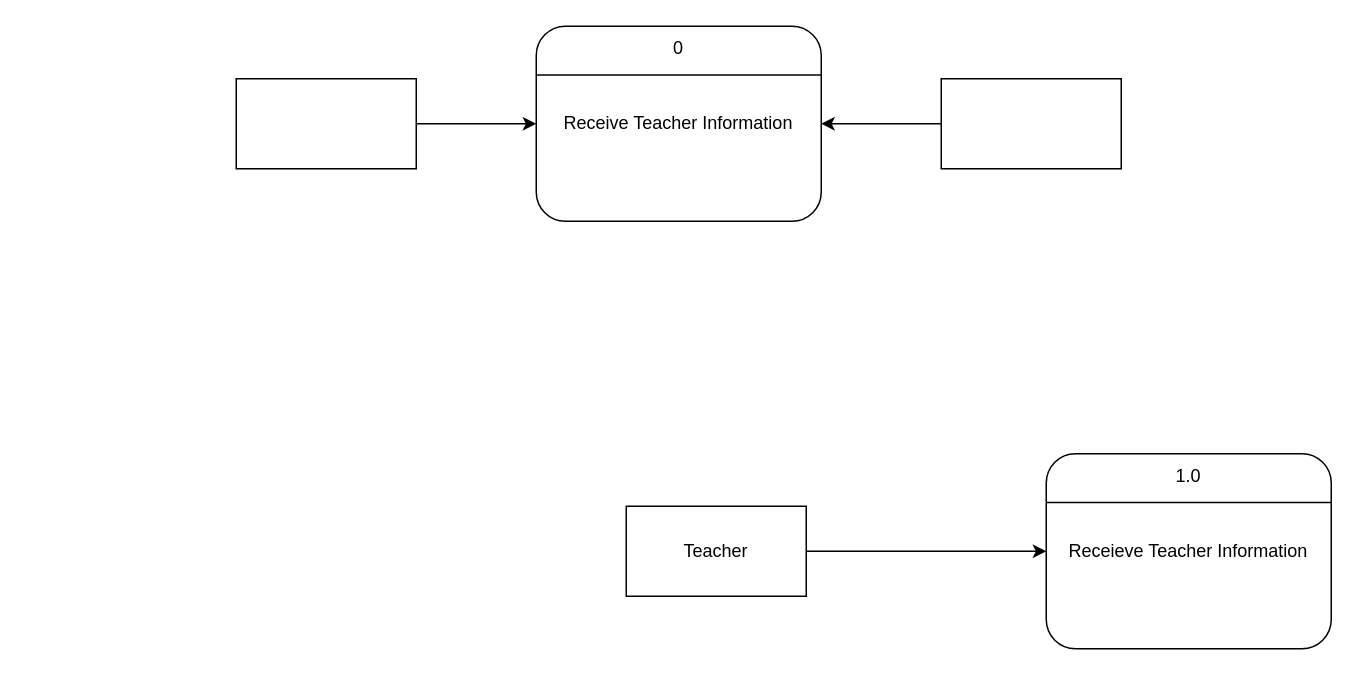
The draw.io diagram CFD-DFD.drawio in Beskiit/DIAGRAMS-Collab, before the edit. Source tidied: cells renumbered, new cells numbered last; positions are measured from the earlier drawing's top-left corner, leaving out a move shared by most shapes. Both pictures are drawn from the tidied source at 150%, with x=0, y=0 at pixel (236, 26).
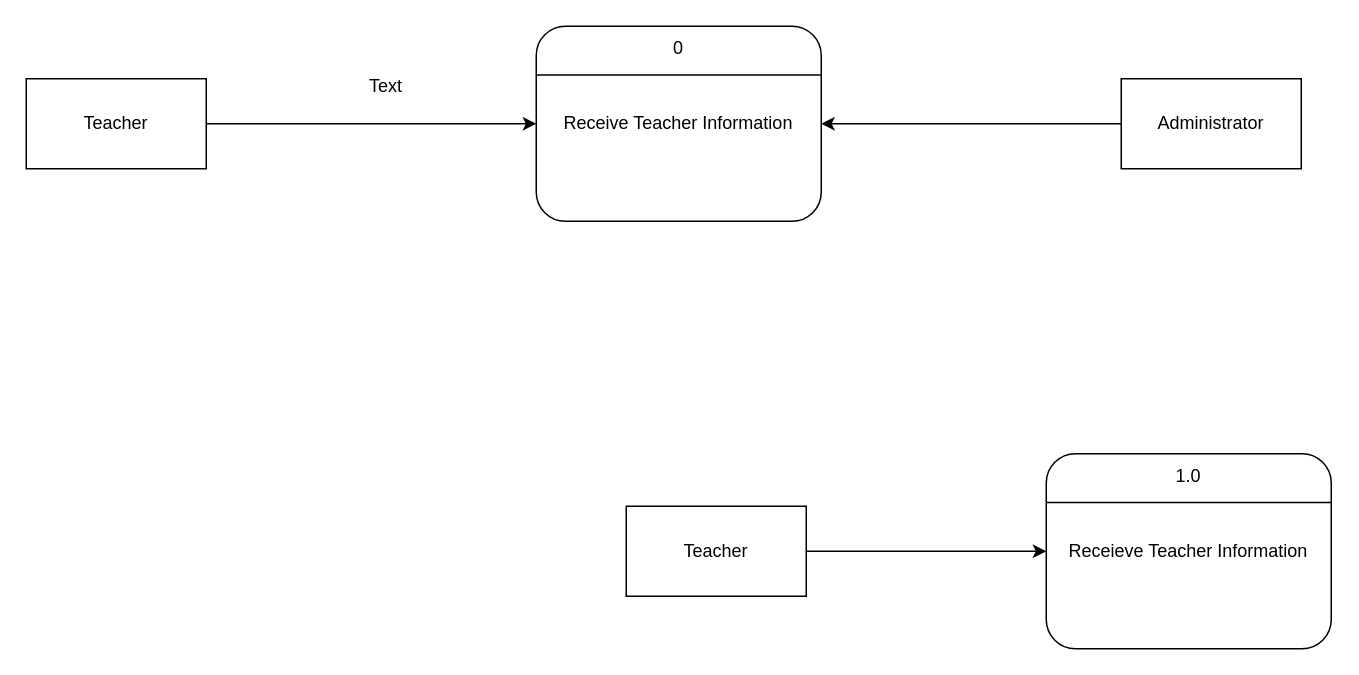
The same diagram, later.

The edit, as a diff of the source:
```diff
@@
 <mxGraphModel>
   <root>
     <mxCell id="0" />
     <mxCell id="1" parent="0" />
     <mxCell id="2" value="Receieve Teacher Information" style="rounded=1;whiteSpace=wrap;html=1;" parent="1" vertex="1">
       <mxGeometry x="540" y="285" width="190" height="130" as="geometry" />
     </mxCell>
     <mxCell id="3" style="endArrow=none;html=1;rounded=0;entryX=1;entryY=0.25;entryDx=0;entryDy=0;exitX=0;exitY=0.25;exitDx=0;exitDy=0;" parent="1" edge="1" source="2" target="2">
       <mxGeometry relative="1" as="geometry" />
     </mxCell>
     <mxCell id="4" style="edgeStyle=orthogonalEdgeStyle;rounded=0;jettySize=auto;html=1;exitX=1;exitY=0.5;exitDx=0;exitDy=0;entryX=0;entryY=0.5;entryDx=0;entryDy=0;" parent="1" edge="1" source="5" target="2">
       <mxGeometry relative="1" as="geometry" />
     </mxCell>
     <mxCell id="5" value="Teacher" style="rounded=0;whiteSpace=wrap;html=1;" parent="1" vertex="1">
       <mxGeometry x="260" y="320" width="120" height="60" as="geometry" />
     </mxCell>
     <mxCell id="6" value="1.0" style="text;html=1;align=center;verticalAlign=middle;whiteSpace=wrap;rounded=0;" parent="1" vertex="1">
       <mxGeometry x="605" y="285" width="60" height="30" as="geometry" />
     </mxCell>
     <mxCell id="7" style="edgeStyle=orthogonalEdgeStyle;rounded=0;jettySize=auto;html=1;exitX=1;exitY=0.5;exitDx=0;exitDy=0;" parent="1" edge="1" source="8" target="9">
       <mxGeometry relative="1" as="geometry" />
     </mxCell>
-    <mxCell id="8" style="rounded=0;whiteSpace=wrap;html=1;" parent="1" vertex="1">
-      <mxGeometry y="35" width="120" height="60" as="geometry" />
+    <mxCell id="8" value="Teacher" style="rounded=0;whiteSpace=wrap;html=1;" parent="1" vertex="1">
+      <mxGeometry x="-140" y="35" width="120" height="60" as="geometry" />
     </mxCell>
     <mxCell id="9" value="Receive Teacher Information" style="rounded=1;whiteSpace=wrap;html=1;" parent="1" vertex="1">
       <mxGeometry x="200" width="190" height="130" as="geometry" />
     </mxCell>
     <mxCell id="10" style="endArrow=none;html=1;rounded=0;entryX=1;entryY=0.25;entryDx=0;entryDy=0;exitX=0;exitY=0.25;exitDx=0;exitDy=0;" parent="1" edge="1" source="9" target="9">
       <mxGeometry relative="1" as="geometry" />
     </mxCell>
     <mxCell id="11" value="0" style="text;html=1;align=center;verticalAlign=middle;whiteSpace=wrap;rounded=0;" parent="1" vertex="1">
       <mxGeometry x="265" width="60" height="30" as="geometry" />
     </mxCell>
     <mxCell id="12" style="edgeStyle=orthogonalEdgeStyle;rounded=0;jettySize=auto;html=1;exitX=0;exitY=0.5;exitDx=0;exitDy=0;entryX=1;entryY=0.5;entryDx=0;entryDy=0;" parent="1" edge="1" source="13" target="9">
       <mxGeometry relative="1" as="geometry" />
     </mxCell>
-    <mxCell id="13" style="rounded=0;whiteSpace=wrap;html=1;" parent="1" vertex="1">
-      <mxGeometry x="470" y="35" width="120" height="60" as="geometry" />
+    <mxCell id="13" value="Administrator" style="rounded=0;whiteSpace=wrap;html=1;" parent="1" vertex="1">
+      <mxGeometry x="590" y="35" width="120" height="60" as="geometry" />
     </mxCell>
+    <mxCell id="14" value="Text" style="text;html=1;align=center;verticalAlign=middle;whiteSpace=wrap;rounded=0;" parent="1" vertex="1">
+      <mxGeometry x="70" y="25" width="60" height="30" as="geometry" />
+    </mxCell>
   </root>
 </mxGraphModel>
```
